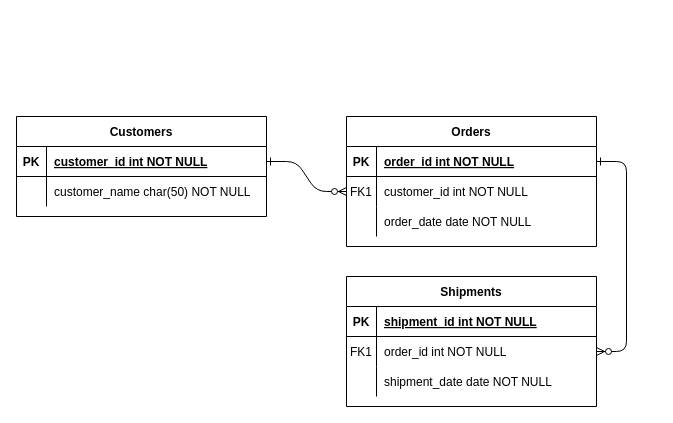
Earlier version of the draw.io diagram ERD.drawio (Nathan2820/FundamentalProject). Source tidied: cells renumbered, new cells numbered last; positions are measured from the earlier drawing's top-left corner, leaving out a move shared by most shapes. Both pictures are drawn from the tidied source at 100%, with x=0, y=0 at pixel (16, 116).
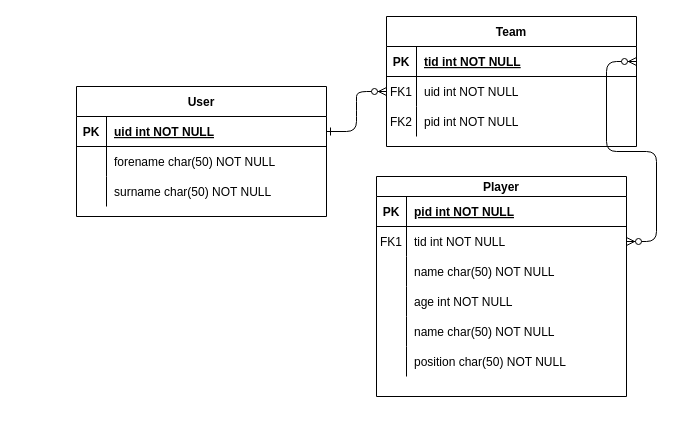
The same diagram, later.

The change refers to these unchanged cells:
```xml
<mxCell id="5" style="shape=partialRectangle;fillColor=none;points=[[0,0.5],[1,0.5]];portConstraint=eastwest;top=0;left=0;right=0;bottom=1;" parent="4" vertex="1">
  <mxGeometry y="30" width="250" height="30" as="geometry" />
</mxCell>
<mxCell id="8" style="shape=partialRectangle;fillColor=none;points=[[0,0.5],[1,0.5]];portConstraint=eastwest;top=0;left=0;right=0;bottom=0;" parent="4" vertex="1">
  <mxGeometry y="60" width="250" height="30" as="geometry" />
</mxCell>
<mxCell id="25" style="shape=partialRectangle;fillColor=none;points=[[0,0.5],[1,0.5]];portConstraint=eastwest;top=0;left=0;right=0;bottom=1;" parent="24" vertex="1">
  <mxGeometry y="30" width="250" height="30" as="geometry" />
</mxCell>
<mxCell id="28" style="shape=partialRectangle;fillColor=none;top=0;left=0;right=0;bottom=0;" parent="24" vertex="1">
  <mxGeometry y="60" width="250" height="30" as="geometry" />
</mxCell>
```

The edit, as a diff of the source:
```diff
@@
-    <mxCell id="3" style="edgeStyle=entityRelationEdgeStyle;endArrow=ERzeroToMany;startArrow=ERone;endFill=1;startFill=0;" parent="1" edge="1" source="5" target="18">
-      <mxGeometry relative="1" as="geometry" />
-    </mxCell>
-    <mxCell id="4" value="Orders" style="shape=table;startSize=30;childLayout=tableLayout;rowLines=0;fontStyle=1;align=center;" parent="1" vertex="1">
-      <mxGeometry x="330" width="250" height="130" as="geometry" />
+    <mxCell id="4" value="Team" style="shape=table;startSize=30;childLayout=tableLayout;rowLines=0;fontStyle=1;align=center;" parent="1" vertex="1">
+      <mxGeometry x="370" y="-100" width="250" height="130" as="geometry" />
     </mxCell>
@@
-    <mxCell id="7" value="order_id int NOT NULL " style="shape=partialRectangle;overflow=hidden;fillColor=none;top=0;left=0;bottom=0;right=0;align=left;spacingLeft=6;fontStyle=5;" parent="5" vertex="1">
+    <mxCell id="7" value="tid int NOT NULL " style="shape=partialRectangle;overflow=hidden;fillColor=none;top=0;left=0;bottom=0;right=0;align=left;spacingLeft=6;fontStyle=5;" parent="5" vertex="1">
       <mxGeometry x="30" width="220" height="30" as="geometry" />
     </mxCell>
@@
-    <mxCell id="10" value="customer_id int NOT NULL" style="shape=partialRectangle;overflow=hidden;fillColor=none;top=0;left=0;bottom=0;right=0;align=left;spacingLeft=6;" parent="8" vertex="1">
+    <mxCell id="10" value="uid int NOT NULL" style="shape=partialRectangle;overflow=hidden;fillColor=none;top=0;left=0;bottom=0;right=0;align=left;spacingLeft=6;" parent="8" vertex="1">
       <mxGeometry x="30" width="220" height="30" as="geometry" />
     </mxCell>
-    <mxCell id="11" style="shape=partialRectangle;fillColor=none;top=0;left=0;right=0;bottom=0;" parent="4" vertex="1">
-      <mxGeometry y="90" width="250" height="30" as="geometry" />
-    </mxCell>
-    <mxCell id="12" style="shape=partialRectangle;overflow=hidden;fillColor=none;top=0;left=0;bottom=0;right=0;" parent="11" vertex="1">
-      <mxGeometry width="30" height="30" as="geometry" />
-    </mxCell>
-    <mxCell id="13" value="order_date date NOT NULL" style="shape=partialRectangle;overflow=hidden;fillColor=none;top=0;left=0;bottom=0;right=0;align=left;spacingLeft=6;" parent="11" vertex="1">
-      <mxGeometry x="30" width="220" height="30" as="geometry" />
-    </mxCell>
+    <mxCell id="31" style="shape=partialRectangle;fillColor=none;top=0;left=0;right=0;bottom=0;" parent="4" vertex="1">
+      <mxGeometry y="90" width="250" height="30" as="geometry" />
+    </mxCell>
+    <mxCell id="32" value="FK2" style="shape=partialRectangle;overflow=hidden;fillColor=none;top=0;left=0;bottom=0;right=0;" parent="31" vertex="1">
+      <mxGeometry width="30" height="30" as="geometry" />
+    </mxCell>
+    <mxCell id="33" value="pid int NOT NULL" style="shape=partialRectangle;overflow=hidden;fillColor=none;top=0;left=0;bottom=0;right=0;align=left;spacingLeft=6;" parent="31" vertex="1">
+      <mxGeometry x="30" width="220" height="30" as="geometry" />
+    </mxCell>
+    <mxCell id="3" style="edgeStyle=entityRelationEdgeStyle;fontSize=12;html=1;endArrow=ERzeroToMany;endFill=1;startArrow=ERzeroToMany;exitX=1;exitY=0.5;exitDx=0;exitDy=0;" parent="1" edge="1" source="5" target="18">
+      <mxGeometry relative="1" as="geometry" />
+    </mxCell>
-    <mxCell id="14" value="Shipments" style="shape=table;startSize=30;childLayout=tableLayout;rowLines=0;fontStyle=1;align=center;" parent="1" vertex="1">
-      <mxGeometry x="330" y="160" width="250" height="130" as="geometry" />
+    <mxCell id="14" value="Player" style="shape=table;startSize=20;childLayout=tableLayout;rowLines=0;fontStyle=1;align=center;" parent="1" vertex="1">
+      <mxGeometry x="360" y="60" width="250" height="220" as="geometry" />
     </mxCell>
     <mxCell id="15" style="shape=partialRectangle;fillColor=none;top=0;left=0;right=0;bottom=1;" parent="14" vertex="1">
-      <mxGeometry y="30" width="250" height="30" as="geometry" />
+      <mxGeometry y="20" width="250" height="30" as="geometry" />
     </mxCell>
@@
-    <mxCell id="17" value="shipment_id int NOT NULL " style="shape=partialRectangle;overflow=hidden;fillColor=none;top=0;left=0;bottom=0;right=0;align=left;spacingLeft=6;fontStyle=5;" parent="15" vertex="1">
+    <mxCell id="17" value="pid int NOT NULL " style="shape=partialRectangle;overflow=hidden;fillColor=none;top=0;left=0;bottom=0;right=0;align=left;spacingLeft=6;fontStyle=5;" parent="15" vertex="1">
       <mxGeometry x="30" width="220" height="30" as="geometry" />
     </mxCell>
     <mxCell id="18" style="shape=partialRectangle;fillColor=none;points=[[0,0.5],[1,0.5]];portConstraint=eastwest;top=0;left=0;right=0;bottom=0;" parent="14" vertex="1">
-      <mxGeometry y="60" width="250" height="30" as="geometry" />
+      <mxGeometry y="50" width="250" height="30" as="geometry" />
     </mxCell>
@@
-    <mxCell id="20" value="order_id int NOT NULL" style="shape=partialRectangle;overflow=hidden;fillColor=none;top=0;left=0;bottom=0;right=0;align=left;spacingLeft=6;" parent="18" vertex="1">
+    <mxCell id="20" value="tid int NOT NULL" style="shape=partialRectangle;overflow=hidden;fillColor=none;top=0;left=0;bottom=0;right=0;align=left;spacingLeft=6;" parent="18" vertex="1">
       <mxGeometry x="30" width="220" height="30" as="geometry" />
     </mxCell>
     <mxCell id="21" style="shape=partialRectangle;fillColor=none;top=0;left=0;right=0;bottom=0;" parent="14" vertex="1">
-      <mxGeometry y="90" width="250" height="30" as="geometry" />
+      <mxGeometry y="80" width="250" height="30" as="geometry" />
     </mxCell>
@@
-    <mxCell id="23" value="shipment_date date NOT NULL" style="shape=partialRectangle;overflow=hidden;fillColor=none;top=0;left=0;bottom=0;right=0;align=left;spacingLeft=6;" parent="21" vertex="1">
+    <mxCell id="23" value="name char(50) NOT NULL" style="shape=partialRectangle;overflow=hidden;fillColor=none;top=0;left=0;bottom=0;right=0;align=left;spacingLeft=6;" parent="21" vertex="1">
       <mxGeometry x="30" width="220" height="30" as="geometry" />
     </mxCell>
+    <mxCell id="34" style="shape=partialRectangle;fillColor=none;top=0;left=0;right=0;bottom=0;" parent="14" vertex="1">
+      <mxGeometry y="110" width="250" height="30" as="geometry" />
+    </mxCell>
+    <mxCell id="35" style="shape=partialRectangle;overflow=hidden;fillColor=none;top=0;left=0;bottom=0;right=0;" parent="34" vertex="1">
+      <mxGeometry width="30" height="30" as="geometry" />
+    </mxCell>
+    <mxCell id="36" value="age int NOT NULL" style="shape=partialRectangle;overflow=hidden;fillColor=none;top=0;left=0;bottom=0;right=0;align=left;spacingLeft=6;" parent="34" vertex="1">
+      <mxGeometry x="30" width="220" height="30" as="geometry" />
+    </mxCell>
+    <mxCell id="37" style="shape=partialRectangle;fillColor=none;top=0;left=0;right=0;bottom=0;" parent="14" vertex="1">
+      <mxGeometry y="140" width="250" height="30" as="geometry" />
+    </mxCell>
+    <mxCell id="38" style="shape=partialRectangle;overflow=hidden;fillColor=none;top=0;left=0;bottom=0;right=0;" parent="37" vertex="1">
+      <mxGeometry width="30" height="30" as="geometry" />
+    </mxCell>
+    <mxCell id="39" value="name char(50) NOT NULL" style="shape=partialRectangle;overflow=hidden;fillColor=none;top=0;left=0;bottom=0;right=0;align=left;spacingLeft=6;" parent="37" vertex="1">
+      <mxGeometry x="30" width="220" height="30" as="geometry" />
+    </mxCell>
+    <mxCell id="40" style="shape=partialRectangle;fillColor=none;top=0;left=0;right=0;bottom=0;" parent="14" vertex="1">
+      <mxGeometry y="170" width="250" height="30" as="geometry" />
+    </mxCell>
+    <mxCell id="41" style="shape=partialRectangle;overflow=hidden;fillColor=none;top=0;left=0;bottom=0;right=0;" parent="40" vertex="1">
+      <mxGeometry width="30" height="30" as="geometry" />
+    </mxCell>
+    <mxCell id="42" value="position char(50) NOT NULL" style="shape=partialRectangle;overflow=hidden;fillColor=none;top=0;left=0;bottom=0;right=0;align=left;spacingLeft=6;" parent="40" vertex="1">
+      <mxGeometry x="30" width="220" height="30" as="geometry" />
+    </mxCell>
-    <mxCell id="24" value="Customers" style="shape=table;startSize=30;childLayout=tableLayout;rowLines=0;fontStyle=1;align=center;" parent="1" vertex="1">
-      <mxGeometry width="250" height="100" as="geometry" />
+    <mxCell id="24" value="User" style="shape=table;startSize=30;childLayout=tableLayout;rowLines=0;fontStyle=1;align=center;" parent="1" vertex="1">
+      <mxGeometry x="60" y="-30" width="250" height="130" as="geometry" />
     </mxCell>
@@
-    <mxCell id="27" value="customer_id int NOT NULL " style="shape=partialRectangle;overflow=hidden;fillColor=none;top=0;left=0;bottom=0;right=0;align=left;spacingLeft=6;fontStyle=5;" parent="25" vertex="1">
+    <mxCell id="27" value="uid int NOT NULL " style="shape=partialRectangle;overflow=hidden;fillColor=none;top=0;left=0;bottom=0;right=0;align=left;spacingLeft=6;fontStyle=5;" parent="25" vertex="1">
       <mxGeometry x="30" width="220" height="30" as="geometry" />
     </mxCell>
@@
-    <mxCell id="30" value="customer_name char(50) NOT NULL" style="shape=partialRectangle;overflow=hidden;fillColor=none;top=0;left=0;bottom=0;right=0;align=left;spacingLeft=6;" parent="28" vertex="1">
+    <mxCell id="30" value="forename char(50) NOT NULL" style="shape=partialRectangle;overflow=hidden;fillColor=none;top=0;left=0;bottom=0;right=0;align=left;spacingLeft=6;" parent="28" vertex="1">
       <mxGeometry x="30" width="220" height="30" as="geometry" />
     </mxCell>
+    <mxCell id="43" style="shape=partialRectangle;fillColor=none;top=0;left=0;right=0;bottom=0;" parent="24" vertex="1">
+      <mxGeometry y="90" width="250" height="30" as="geometry" />
+    </mxCell>
+    <mxCell id="44" style="shape=partialRectangle;overflow=hidden;fillColor=none;top=0;left=0;bottom=0;right=0;" parent="43" vertex="1">
+      <mxGeometry width="30" height="30" as="geometry" />
+    </mxCell>
+    <mxCell id="45" value="surname char(50) NOT NULL" style="shape=partialRectangle;overflow=hidden;fillColor=none;top=0;left=0;bottom=0;right=0;align=left;spacingLeft=6;" parent="43" vertex="1">
+      <mxGeometry x="30" width="220" height="30" as="geometry" />
+    </mxCell>
```
